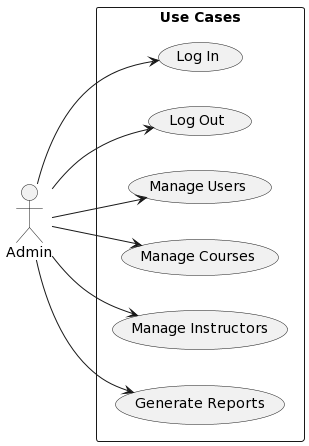
ninehcobra/SE357-Pratice-class keeps this PlantUML diagram as Lab 1/Lab1.2/Usecase/admin_usecase.png. Above is the earlier version.
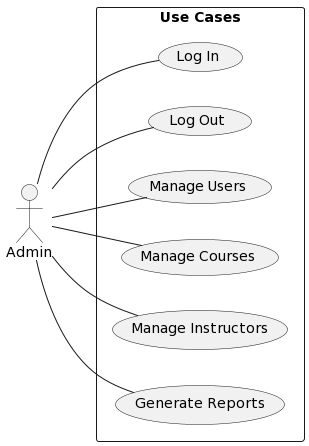
The same diagram one commit later.

Diff of the diagram source:
```diff
@@ -12,10 +12,10 @@
   usecase "Generate Reports" as UC6
 }
 
-Admin --> UC1
-Admin --> UC2
-Admin --> UC3
-Admin --> UC4
-Admin --> UC5
-Admin --> UC6
+Admin -- UC1
+Admin -- UC2
+Admin -- UC3
+Admin -- UC4
+Admin -- UC5
+Admin -- UC6
 @enduml
```
